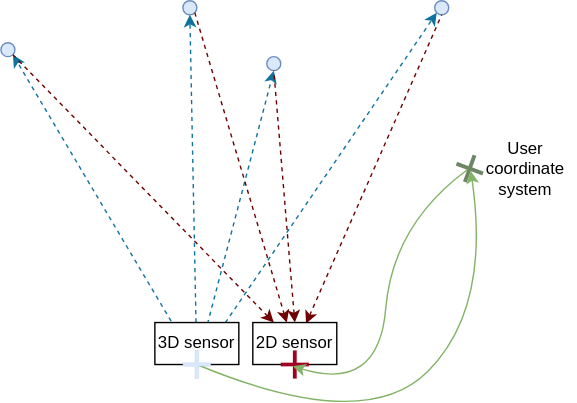
Earlier version of the draw.io export ovp8xx/python/ovp8xxexamples/toolbox/_img/registration1.drawio.svg (ifm/ifm3d-examples). Source tidied: cells renumbered, new cells last; positions are measured from the earlier drawing's top-left corner, leaving out a move shared by most shapes.
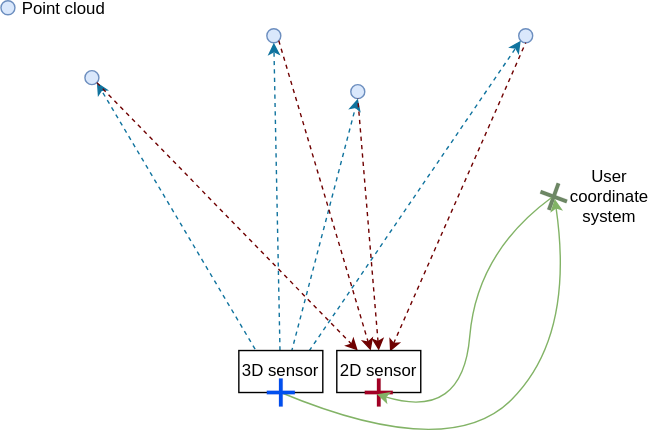
After the commit.

What changed in the source:
```diff
@@ -66,7 +66,7 @@
     <mxCell id="20" style="shape=cross;whiteSpace=wrap;html=1;strokeWidth=0;fontSize=11;size=0.13186813186812812;fillColor=#a20025;fontColor=#ffffff;strokeColor=#6F0000;" parent="1" vertex="1">
       <mxGeometry x="200" y="250" width="20" height="20" as="geometry" />
     </mxCell>
-    <mxCell id="21" style="shape=cross;whiteSpace=wrap;html=1;strokeColor=#6c8ebf;strokeWidth=0;fontSize=11;fillColor=#dae8fc;size=0.13186813186812812;" parent="1" vertex="1">
+    <mxCell id="21" style="shape=cross;whiteSpace=wrap;html=1;strokeColor=#001DBC;strokeWidth=0;fontSize=11;fillColor=#0050ef;size=0.13186813186812812;fontColor=#ffffff;" parent="1" vertex="1">
       <mxGeometry x="130" y="250" width="20" height="20" as="geometry" />
     </mxCell>
     <mxCell id="22" style="curved=1;endArrow=classic;html=1;entryX=0;entryY=0;entryDx=8.681318681318718;entryDy=11.31868131868128;entryPerimeter=0;exitX=0;exitY=0;exitDx=8.681318681318718;exitDy=11.31868131868128;exitPerimeter=0;fillColor=#d5e8d4;strokeColor=#82b366;" parent="1" edge="1" source="18" target="20">
@@ -80,5 +80,11 @@
     <mxCell id="23" value="User coordinate system" style="text;html=1;strokeColor=none;fillColor=none;align=center;verticalAlign=middle;whiteSpace=wrap;rounded=0;fontColor=#000000;" parent="1" vertex="1">
       <mxGeometry x="340" y="100" width="70" height="40" as="geometry" />
     </mxCell>
+    <mxCell id="24" style="ellipse;whiteSpace=wrap;html=1;fillColor=#dae8fc;strokeColor=#6c8ebf;" parent="1" vertex="1">
+      <mxGeometry x="-60" y="-20" width="10" height="10" as="geometry" />
+    </mxCell>
+    <mxCell id="25" value="Point cloud" style="text;html=1;strokeColor=none;fillColor=none;align=center;verticalAlign=middle;whiteSpace=wrap;rounded=0;fontColor=#000000;" parent="1" vertex="1">
+      <mxGeometry x="-50" y="-20" width="70" height="12.5" as="geometry" />
+    </mxCell>
   </root>
 </mxGraphModel>
```
